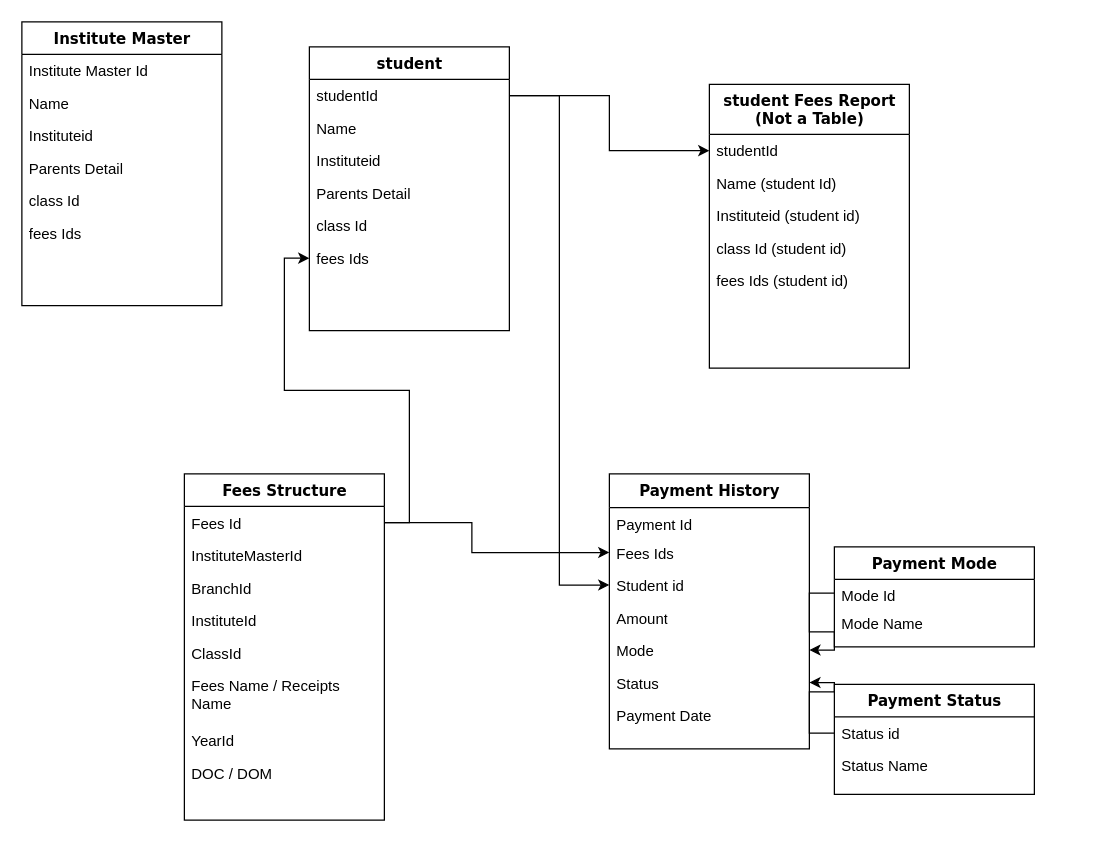
Above: smartInstituteAdmin/Untitled Diagram.drawio in DeepGandhi4444/tables-diagram (draw.io), before the change. Source tidied: cells renumbered, new cells numbered last; positions are measured from the earlier drawing's top-left corner, leaving out a move shared by most shapes. Both pictures are drawn from the tidied source at 125%, with x=0, y=0 at pixel (21, 21).
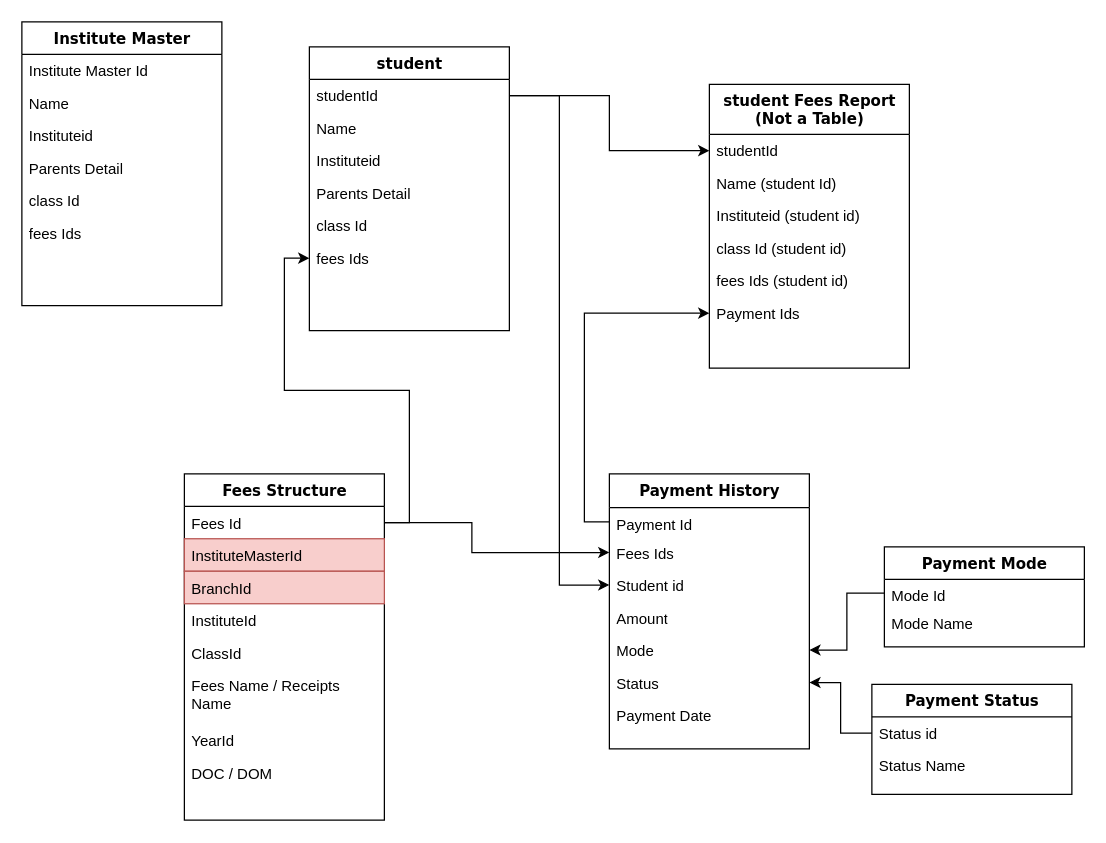
The same page after the edit.

Unchanged cells that the change refers to:
```xml
<mxCell id="9" value="Fees Structure" style="swimlane;html=1;fontStyle=1;align=center;verticalAlign=top;horizontal=1;startSize=26;swimlaneFillColor=#ffffff;rounded=0;shadow=0;comic=0;labelBackgroundColor=none;strokeWidth=1;fillColor=none;fontFamily=Verdana;fontSize=12;" parent="1" vertex="1">
  <mxGeometry x="130" y="361.5" width="160" height="277" as="geometry" />
</mxCell>
<mxCell id="19" value="Payment Id" style="text;html=1;strokeColor=none;fillColor=none;align=left;verticalAlign=top;spacingLeft=4;spacingRight=4;whiteSpace=wrap;overflow=hidden;points=[[0,0.5],[1,0.5]];portConstraint=eastwest;" parent="18" vertex="1">
  <mxGeometry y="27" width="160" height="23" as="geometry" />
</mxCell>
<mxCell id="36" value="student Fees Report&lt;div&gt;(Not a Table)&lt;/div&gt;" style="swimlane;html=1;fontStyle=1;align=center;verticalAlign=top;horizontal=1;startSize=40;swimlaneFillColor=#ffffff;rounded=0;shadow=0;comic=0;labelBackgroundColor=none;strokeWidth=1;fillColor=none;fontFamily=Verdana;fontSize=12;" parent="1" vertex="1">
  <mxGeometry x="550" y="50" width="160" height="227" as="geometry" />
</mxCell>
```

What changed in the source:
```diff
@@
-    <mxCell id="11" value="InstituteMasterId" style="text;html=1;strokeColor=none;fillColor=none;align=left;verticalAlign=top;spacingLeft=4;spacingRight=4;whiteSpace=wrap;overflow=hidden;" parent="9" vertex="1">
+    <mxCell id="11" value="InstituteMasterId" style="text;html=1;strokeColor=#b85450;fillColor=#f8cecc;align=left;verticalAlign=top;spacingLeft=4;spacingRight=4;whiteSpace=wrap;overflow=hidden;" parent="9" vertex="1">
       <mxGeometry y="52" width="160" height="26" as="geometry" />
     </mxCell>
-    <mxCell id="12" value="BranchId" style="text;html=1;strokeColor=none;fillColor=none;align=left;verticalAlign=top;spacingLeft=4;spacingRight=4;whiteSpace=wrap;overflow=hidden;" parent="9" vertex="1">
+    <mxCell id="12" value="BranchId" style="text;html=1;strokeColor=#b85450;fillColor=#f8cecc;align=left;verticalAlign=top;spacingLeft=4;spacingRight=4;whiteSpace=wrap;overflow=hidden;" parent="9" vertex="1">
       <mxGeometry y="78" width="160" height="26" as="geometry" />
     </mxCell>
@@
     <mxCell id="26" value="Payment Status" style="swimlane;html=1;fontStyle=1;align=center;verticalAlign=top;horizontal=1;startSize=26;swimlaneFillColor=#ffffff;rounded=0;shadow=0;comic=0;labelBackgroundColor=none;strokeWidth=1;fillColor=none;fontFamily=Verdana;fontSize=12;" parent="1" vertex="1">
-      <mxGeometry x="650" y="530" width="160" height="88" as="geometry" />
+      <mxGeometry x="680" y="530" width="160" height="88" as="geometry" />
     </mxCell>
@@
     <mxCell id="29" value="Payment Mode" style="swimlane;html=1;fontStyle=1;align=center;verticalAlign=top;horizontal=1;startSize=26;swimlaneFillColor=#ffffff;rounded=0;shadow=0;comic=0;labelBackgroundColor=none;strokeWidth=1;fillColor=none;fontFamily=Verdana;fontSize=12;" parent="1" vertex="1">
-      <mxGeometry x="650" y="420" width="160" height="80" as="geometry" />
+      <mxGeometry x="690" y="420" width="160" height="80" as="geometry" />
     </mxCell>
@@
+    <mxCell id="51" value="Payment Ids" style="text;html=1;strokeColor=none;fillColor=none;align=left;verticalAlign=top;spacingLeft=4;spacingRight=4;whiteSpace=wrap;overflow=hidden;points=[[0,0.5],[1,0.5]];portConstraint=eastwest;" parent="36" vertex="1">
+      <mxGeometry y="170" width="160" height="26" as="geometry" />
+    </mxCell>
@@
+    <mxCell id="52" style="edgeStyle=orthogonalEdgeStyle;rounded=0;jettySize=auto;html=1;exitX=0;exitY=0.5;exitDx=0;exitDy=0;entryX=0;entryY=0.5;entryDx=0;entryDy=0;" parent="1" edge="1" source="19" target="51">
+      <mxGeometry relative="1" as="geometry" />
+    </mxCell>
```
